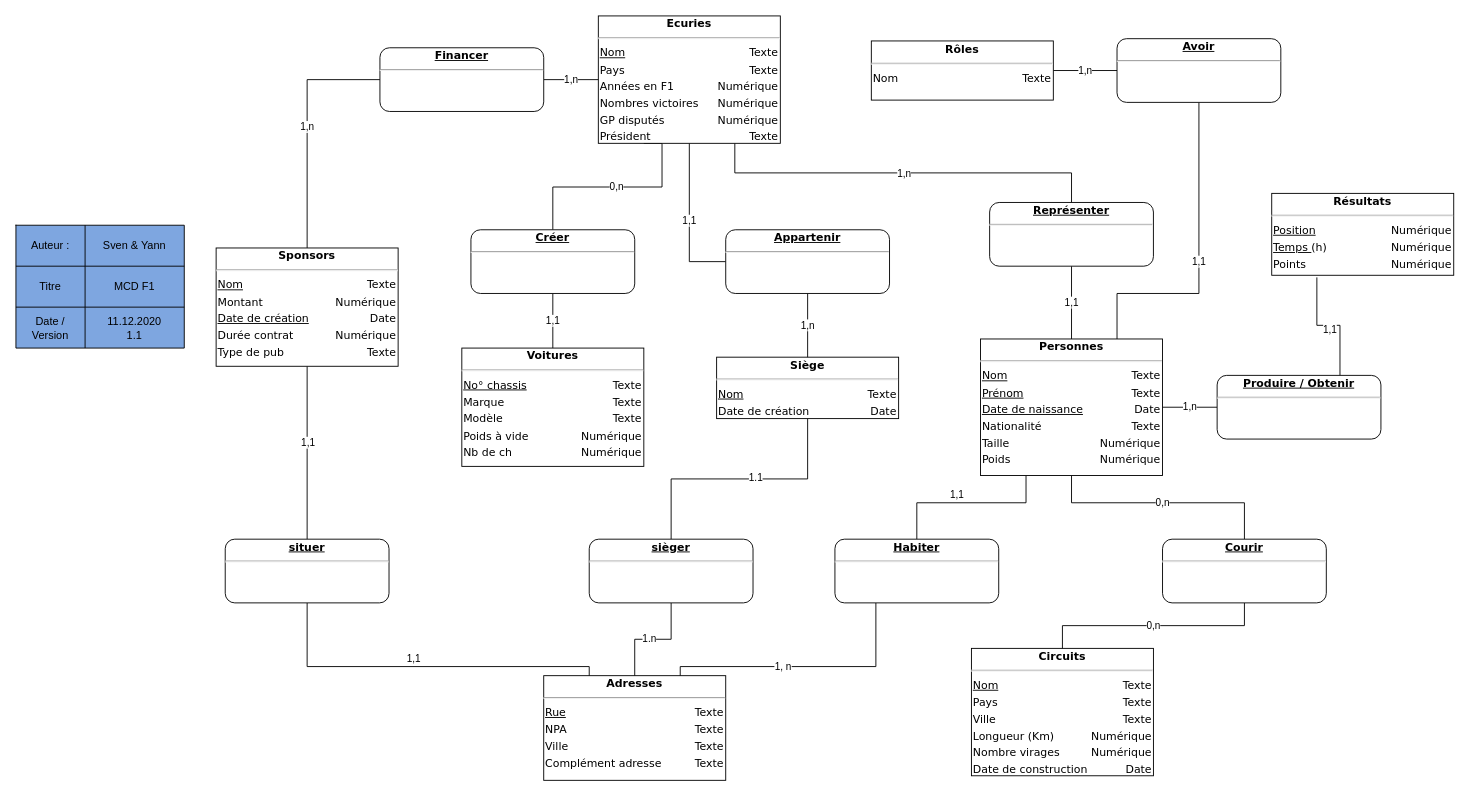
YFanha/MA-08-Mod-le-F1 keeps this draw.io diagram as MCD_v0.2.drawio. Above is the earlier version. Source tidied: cells renumbered, new cells numbered last; positions are measured from the earlier drawing's top-left corner, leaving out a move shared by most shapes. Both pictures are drawn from the tidied source at 91%, with x=0, y=0 at pixel (15, 15).
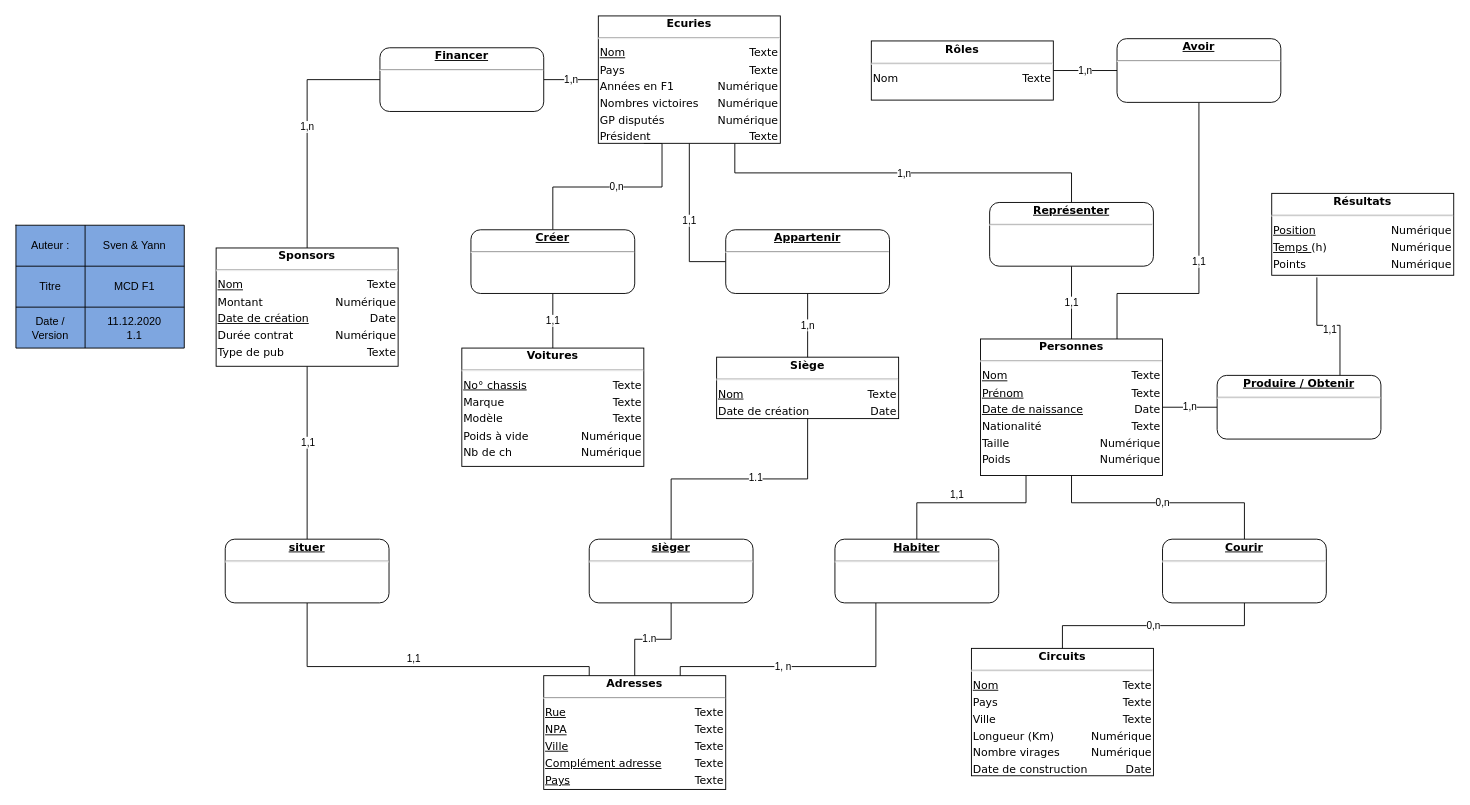
The same diagram, later.

Change to the diagram source:
```diff
@@
-    <mxCell id="37" value="&lt;div style=&quot;box-sizing: border-box ; width: 100% ; padding: 2px&quot;&gt;&lt;span style=&quot;background-color: rgb(255 , 255 , 255)&quot;&gt;&lt;b&gt;Adresses&lt;/b&gt;&lt;/span&gt;&lt;/div&gt;&lt;hr&gt;&lt;table style=&quot;width: 100% ; font-size: 1em&quot; cellpadding=&quot;2&quot; cellspacing=&quot;0&quot;&gt;&lt;tbody&gt;&lt;tr&gt;&lt;td style=&quot;text-align: left&quot;&gt;&lt;u&gt;Rue&lt;/u&gt;&lt;/td&gt;&lt;td style=&quot;text-align: right&quot;&gt;Texte&lt;/td&gt;&lt;/tr&gt;&lt;tr&gt;&lt;td style=&quot;text-align: left&quot;&gt;NPA&lt;/td&gt;&lt;td style=&quot;text-align: right&quot;&gt;Texte&lt;/td&gt;&lt;/tr&gt;&lt;tr&gt;&lt;td style=&quot;text-align: left&quot;&gt;Ville&lt;/td&gt;&lt;td style=&quot;text-align: right&quot;&gt;Texte&lt;/td&gt;&lt;/tr&gt;&lt;tr&gt;&lt;td style=&quot;text-align: left&quot;&gt;Complément adresse&lt;/td&gt;&lt;td style=&quot;text-align: right&quot;&gt;Texte&lt;/td&gt;&lt;/tr&gt;&lt;tr&gt;&lt;td style=&quot;text-align: left&quot;&gt;&lt;br&gt;&lt;/td&gt;&lt;td style=&quot;text-align: right&quot;&gt;&lt;br&gt;&lt;/td&gt;&lt;/tr&gt;&lt;/tbody&gt;&lt;/table&gt;" style="verticalAlign=top;align=center;overflow=fill;html=1;rounded=0;shadow=0;comic=0;labelBackgroundColor=none;strokeColor=#000000;strokeWidth=1;fillColor=#ffffff;fontFamily=Verdana;fontSize=12;fontColor=#000000;" parent="1" vertex="1">
-      <mxGeometry x="580" y="725" width="200" height="115" as="geometry" />
+    <mxCell id="37" value="&lt;div style=&quot;box-sizing: border-box ; width: 100% ; padding: 2px&quot;&gt;&lt;span style=&quot;background-color: rgb(255 , 255 , 255)&quot;&gt;&lt;b&gt;Adresses&lt;/b&gt;&lt;/span&gt;&lt;/div&gt;&lt;hr&gt;&lt;table style=&quot;width: 100% ; font-size: 1em&quot; cellpadding=&quot;2&quot; cellspacing=&quot;0&quot;&gt;&lt;tbody&gt;&lt;tr&gt;&lt;td style=&quot;text-align: left&quot;&gt;&lt;u&gt;Rue&lt;/u&gt;&lt;/td&gt;&lt;td style=&quot;text-align: right&quot;&gt;Texte&lt;/td&gt;&lt;/tr&gt;&lt;tr&gt;&lt;td style=&quot;text-align: left&quot;&gt;&lt;u&gt;NPA&lt;/u&gt;&lt;/td&gt;&lt;td style=&quot;text-align: right&quot;&gt;Texte&lt;/td&gt;&lt;/tr&gt;&lt;tr&gt;&lt;td style=&quot;text-align: left&quot;&gt;&lt;u&gt;Ville&lt;/u&gt;&lt;/td&gt;&lt;td style=&quot;text-align: right&quot;&gt;Texte&lt;/td&gt;&lt;/tr&gt;&lt;tr&gt;&lt;td style=&quot;text-align: left&quot;&gt;&lt;u&gt;Complément adresse&lt;/u&gt;&lt;br&gt;&lt;/td&gt;&lt;td style=&quot;text-align: right&quot;&gt;Texte&lt;/td&gt;&lt;/tr&gt;&lt;tr&gt;&lt;td style=&quot;text-align: left&quot;&gt;&lt;u&gt;Pays&lt;/u&gt;&lt;/td&gt;&lt;td style=&quot;text-align: right&quot;&gt;Texte&lt;/td&gt;&lt;/tr&gt;&lt;/tbody&gt;&lt;/table&gt;" style="verticalAlign=top;align=center;overflow=fill;html=1;rounded=0;shadow=0;comic=0;labelBackgroundColor=none;strokeColor=#000000;strokeWidth=1;fillColor=#ffffff;fontFamily=Verdana;fontSize=12;fontColor=#000000;" parent="1" vertex="1">
+      <mxGeometry x="580" y="725" width="200" height="125" as="geometry" />
     </mxCell>
```
